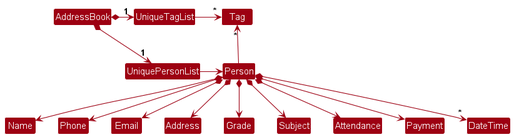
The PlantUML diagram docs/images/BetterModelClassDiagram.png in zoebelle-pang/tp, before a commit.
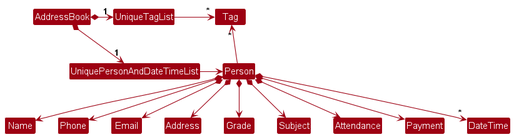
Later version of the same file.

The edit, as a diff of the source:
```diff
@@ -4,13 +4,13 @@
 skinparam arrowColor MODEL_COLOR
 skinparam classBackgroundColor MODEL_COLOR
 
-AddressBook *-right-> "1" UniquePersonList
+AddressBook *-right-> "1" UniquePersonAndDateTimeList
 AddressBook *-right-> "1" UniqueTagList
-UniqueTagList -[hidden]down- UniquePersonList
-UniqueTagList -[hidden]down- UniquePersonList
+UniqueTagList -[hidden]down- UniquePersonAndDateTimeList
+UniqueTagList -[hidden]down- UniquePersonAndDateTimeList
 
 UniqueTagList -right-> "*" Tag
-UniquePersonList -right-> Person
+UniquePersonAndDateTimeList -right-> Person
 
 Person -up-> "*" Tag
 
```
